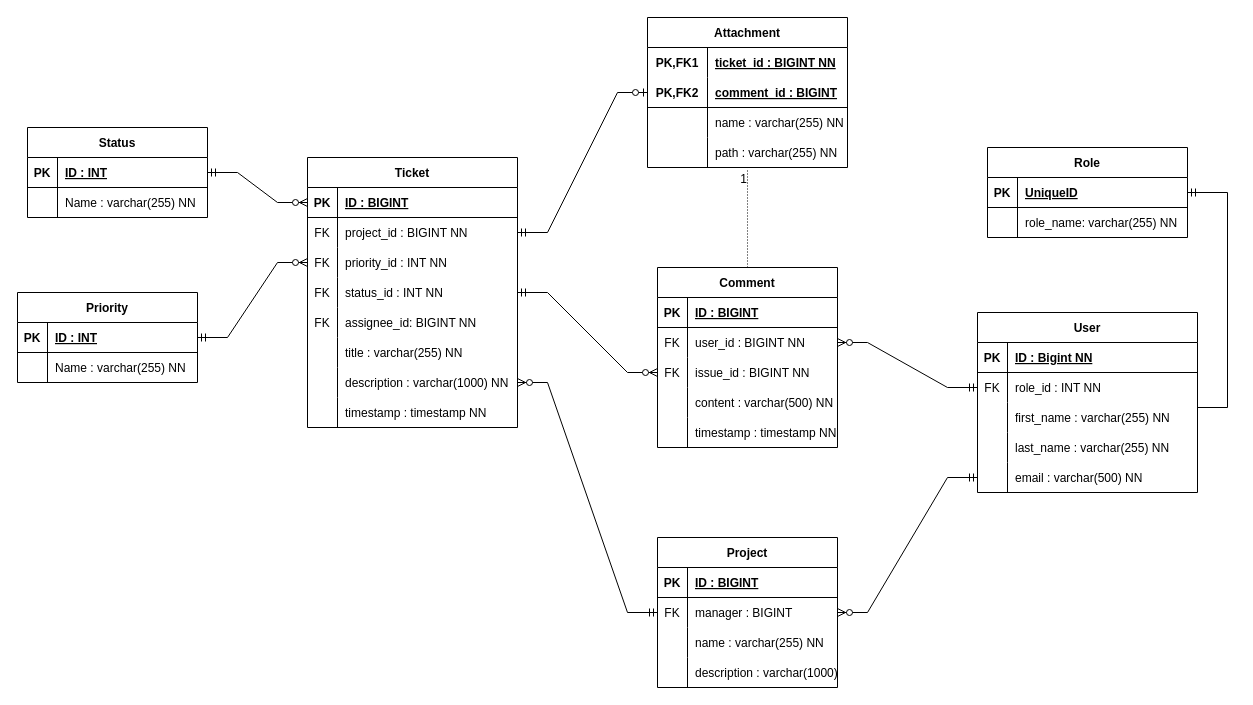
This is Physical Data Model Diagram.drawio from Santiagolp23/ticketstalker, a draw.io file, before an edit. Source tidied: cells renumbered, new cells numbered last; positions are measured from the earlier drawing's top-left corner, leaving out a move shared by most shapes. Both pictures are drawn from the tidied source at 100%, with x=0, y=0 at pixel (17, 17).
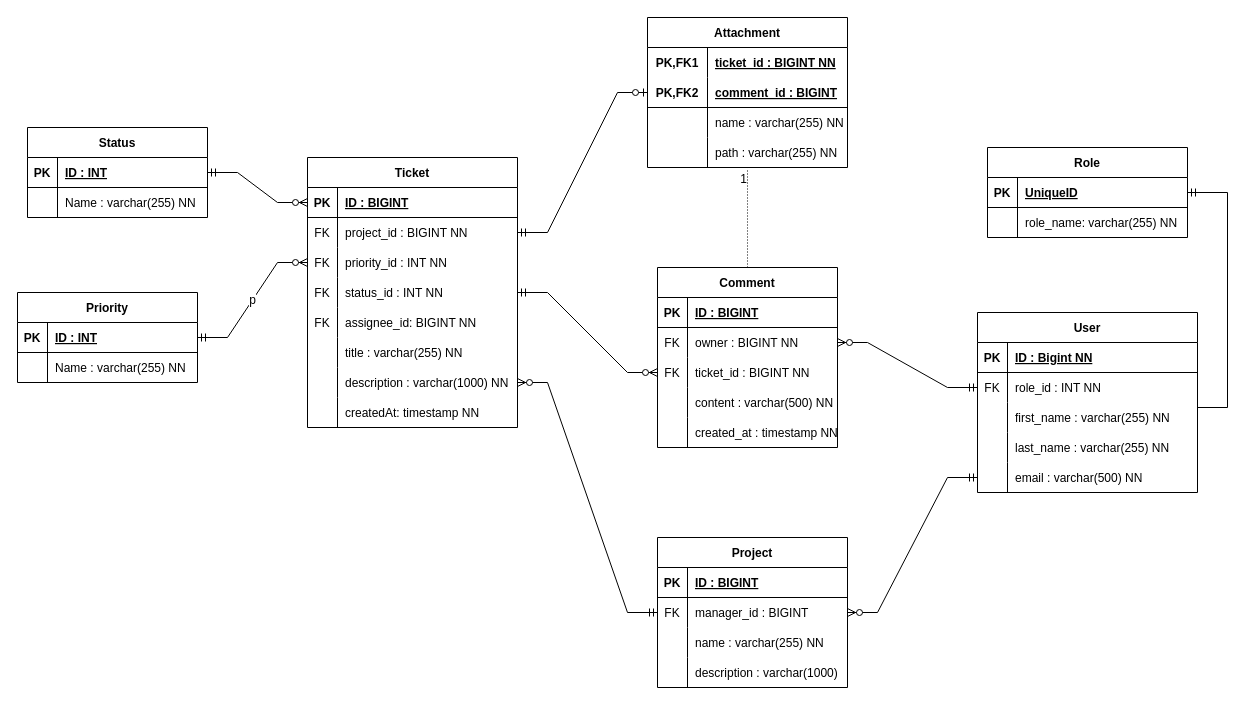
After the change.

The change refers to these unchanged cells:
```xml
<mxCell id="9" style="shape=tableRow;horizontal=0;startSize=0;swimlaneHead=0;swimlaneBody=0;fillColor=none;points=[[0,0.5],[1,0.5]];portConstraint=eastwest;top=0;left=0;right=0;bottom=0;" parent="2" vertex="1">
  <mxGeometry y="90" width="210" height="30" as="geometry" />
</mxCell>
<mxCell id="24" style="shape=tableRow;horizontal=0;startSize=0;swimlaneHead=0;swimlaneBody=0;fillColor=none;top=0;left=0;right=0;bottom=0;" parent="2" vertex="1">
  <mxGeometry y="240" width="210" height="30" as="geometry" />
</mxCell>
<mxCell id="48" style="shape=tableRow;horizontal=0;startSize=0;swimlaneHead=0;swimlaneBody=0;fillColor=none;points=[[0,0.5],[1,0.5]];portConstraint=eastwest;top=0;left=0;right=0;bottom=1;" parent="47" vertex="1">
  <mxGeometry y="30" width="180" height="30" as="geometry" />
</mxCell>
<mxCell id="58" style="shape=tableRow;horizontal=0;startSize=0;swimlaneHead=0;swimlaneBody=0;fillColor=none;points=[[0,0.5],[1,0.5]];portConstraint=eastwest;top=0;left=0;right=0;bottom=0;" parent="54" vertex="1">
  <mxGeometry y="60" width="180" height="30" as="geometry" />
</mxCell>
<mxCell id="61" style="shape=tableRow;horizontal=0;startSize=0;swimlaneHead=0;swimlaneBody=0;fillColor=none;points=[[0,0.5],[1,0.5]];portConstraint=eastwest;top=0;left=0;right=0;bottom=0;" parent="54" vertex="1">
  <mxGeometry y="90" width="180" height="30" as="geometry" />
</mxCell>
<mxCell id="67" style="shape=tableRow;horizontal=0;startSize=0;swimlaneHead=0;swimlaneBody=0;fillColor=none;top=0;left=0;right=0;bottom=0;" parent="54" vertex="1">
  <mxGeometry y="150" width="180" height="30" as="geometry" />
</mxCell>
```

The edit, as a diff of the source:
```diff
@@
-    <mxCell id="26" value="timestamp : timestamp NN" style="shape=partialRectangle;fillColor=none;top=0;left=0;bottom=0;right=0;align=left;spacingLeft=6;overflow=hidden;" parent="24" vertex="1">
+    <mxCell id="26" value="createdAt: timestamp NN" style="shape=partialRectangle;fillColor=none;top=0;left=0;bottom=0;right=0;align=left;spacingLeft=6;overflow=hidden;" parent="24" vertex="1">
       <mxGeometry x="30" width="180" height="30" as="geometry" />
     </mxCell>
@@
     <mxCell id="34" value="Project" style="shape=table;startSize=30;childLayout=tableLayout;rowLines=0;fontStyle=1;align=center;" parent="1" vertex="1">
-      <mxGeometry x="640" y="520" width="180" height="150" as="geometry" />
+      <mxGeometry x="640" y="520" width="190" height="150" as="geometry" />
     </mxCell>
     <mxCell id="35" style="shape=tableRow;horizontal=0;startSize=0;swimlaneHead=0;swimlaneBody=0;fillColor=none;top=0;left=0;right=0;bottom=1;" parent="34" vertex="1">
-      <mxGeometry y="30" width="180" height="30" as="geometry" />
+      <mxGeometry y="30" width="190" height="30" as="geometry" />
     </mxCell>
@@
     <mxCell id="37" value="ID : BIGINT" style="shape=partialRectangle;fillColor=none;top=0;left=0;bottom=0;right=0;align=left;spacingLeft=6;fontStyle=5;overflow=hidden;" parent="35" vertex="1">
-      <mxGeometry x="30" width="150" height="30" as="geometry" />
+      <mxGeometry x="30" width="160" height="30" as="geometry" />
     </mxCell>
     <mxCell id="38" style="shape=tableRow;horizontal=0;startSize=0;swimlaneHead=0;swimlaneBody=0;fillColor=none;points=[[0,0.5],[1,0.5]];portConstraint=eastwest;top=0;left=0;right=0;bottom=0;" parent="34" vertex="1">
-      <mxGeometry y="60" width="180" height="30" as="geometry" />
+      <mxGeometry y="60" width="190" height="30" as="geometry" />
     </mxCell>
@@
-    <mxCell id="40" value="manager : BIGINT" style="shape=partialRectangle;fillColor=none;top=0;left=0;bottom=0;right=0;align=left;spacingLeft=6;overflow=hidden;" parent="38" vertex="1">
-      <mxGeometry x="30" width="150" height="30" as="geometry" />
+    <mxCell id="40" value="manager_id : BIGINT" style="shape=partialRectangle;fillColor=none;top=0;left=0;bottom=0;right=0;align=left;spacingLeft=6;overflow=hidden;" parent="38" vertex="1">
+      <mxGeometry x="30" width="160" height="30" as="geometry" />
     </mxCell>
     <mxCell id="41" style="shape=tableRow;horizontal=0;startSize=0;swimlaneHead=0;swimlaneBody=0;fillColor=none;top=0;left=0;right=0;bottom=0;" parent="34" vertex="1">
-      <mxGeometry y="90" width="180" height="30" as="geometry" />
+      <mxGeometry y="90" width="190" height="30" as="geometry" />
     </mxCell>
@@
     <mxCell id="43" value="name : varchar(255) NN" style="shape=partialRectangle;fillColor=none;top=0;left=0;bottom=0;right=0;align=left;spacingLeft=6;overflow=hidden;" parent="41" vertex="1">
-      <mxGeometry x="30" width="150" height="30" as="geometry" />
+      <mxGeometry x="30" width="160" height="30" as="geometry" />
     </mxCell>
     <mxCell id="44" style="shape=tableRow;horizontal=0;startSize=0;swimlaneHead=0;swimlaneBody=0;fillColor=none;top=0;left=0;right=0;bottom=0;" parent="34" vertex="1">
-      <mxGeometry y="120" width="180" height="30" as="geometry" />
+      <mxGeometry y="120" width="190" height="30" as="geometry" />
     </mxCell>
@@
     <mxCell id="46" value="description : varchar(1000)" style="shape=partialRectangle;fillColor=none;top=0;left=0;bottom=0;right=0;align=left;spacingLeft=6;overflow=hidden;" parent="44" vertex="1">
-      <mxGeometry x="30" width="150" height="30" as="geometry" />
+      <mxGeometry x="30" width="160" height="30" as="geometry" />
     </mxCell>
@@
-    <mxCell id="60" value="user_id : BIGINT NN" style="shape=partialRectangle;fillColor=none;top=0;left=0;bottom=0;right=0;align=left;spacingLeft=6;overflow=hidden;" parent="58" vertex="1">
+    <mxCell id="60" value="owner : BIGINT NN" style="shape=partialRectangle;fillColor=none;top=0;left=0;bottom=0;right=0;align=left;spacingLeft=6;overflow=hidden;" parent="58" vertex="1">
       <mxGeometry x="30" width="150" height="30" as="geometry" />
     </mxCell>
@@
-    <mxCell id="63" value="issue_id : BIGINT NN" style="shape=partialRectangle;fillColor=none;top=0;left=0;bottom=0;right=0;align=left;spacingLeft=6;overflow=hidden;" parent="61" vertex="1">
+    <mxCell id="63" value="ticket_id : BIGINT NN" style="shape=partialRectangle;fillColor=none;top=0;left=0;bottom=0;right=0;align=left;spacingLeft=6;overflow=hidden;" parent="61" vertex="1">
       <mxGeometry x="30" width="150" height="30" as="geometry" />
     </mxCell>
@@
-    <mxCell id="69" value="timestamp : timestamp NN" style="shape=partialRectangle;fillColor=none;top=0;left=0;bottom=0;right=0;align=left;spacingLeft=6;overflow=hidden;" parent="67" vertex="1">
+    <mxCell id="69" value="created_at : timestamp NN" style="shape=partialRectangle;fillColor=none;top=0;left=0;bottom=0;right=0;align=left;spacingLeft=6;overflow=hidden;" parent="67" vertex="1">
       <mxGeometry x="30" width="150" height="30" as="geometry" />
     </mxCell>
@@
-    <mxCell id="83" style="edgeStyle=entityRelationEdgeStyle;fontSize=12;html=1;endArrow=ERzeroToMany;startArrow=ERmandOne;rounded=0;entryX=0;entryY=0.5;entryDx=0;entryDy=0;exitX=1;exitY=0.5;exitDx=0;exitDy=0;" parent="1" edge="1" source="48" target="9">
+    <mxCell id="83" value="p" style="edgeStyle=entityRelationEdgeStyle;fontSize=12;html=1;endArrow=ERzeroToMany;startArrow=ERmandOne;rounded=0;entryX=0;entryY=0.5;entryDx=0;entryDy=0;exitX=1;exitY=0.5;exitDx=0;exitDy=0;" parent="1" edge="1" source="48" target="9">
       <mxGeometry relative="1" as="geometry" />
     </mxCell>
```
